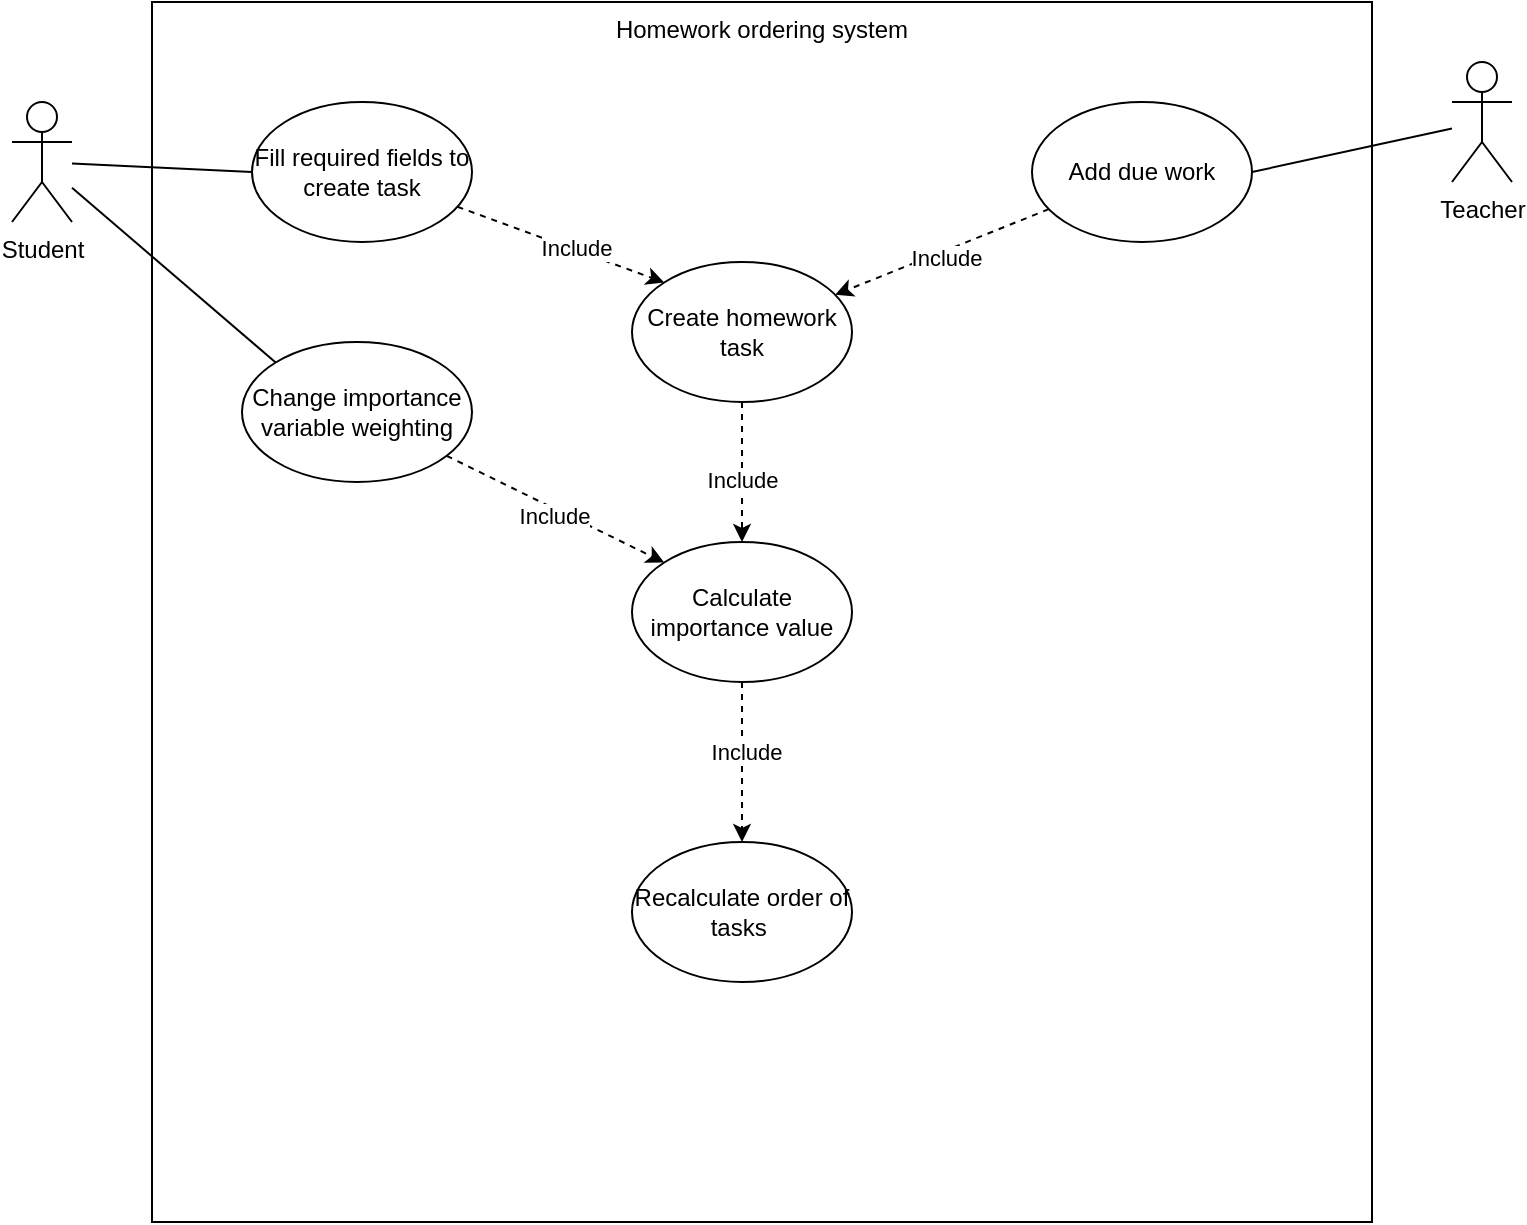
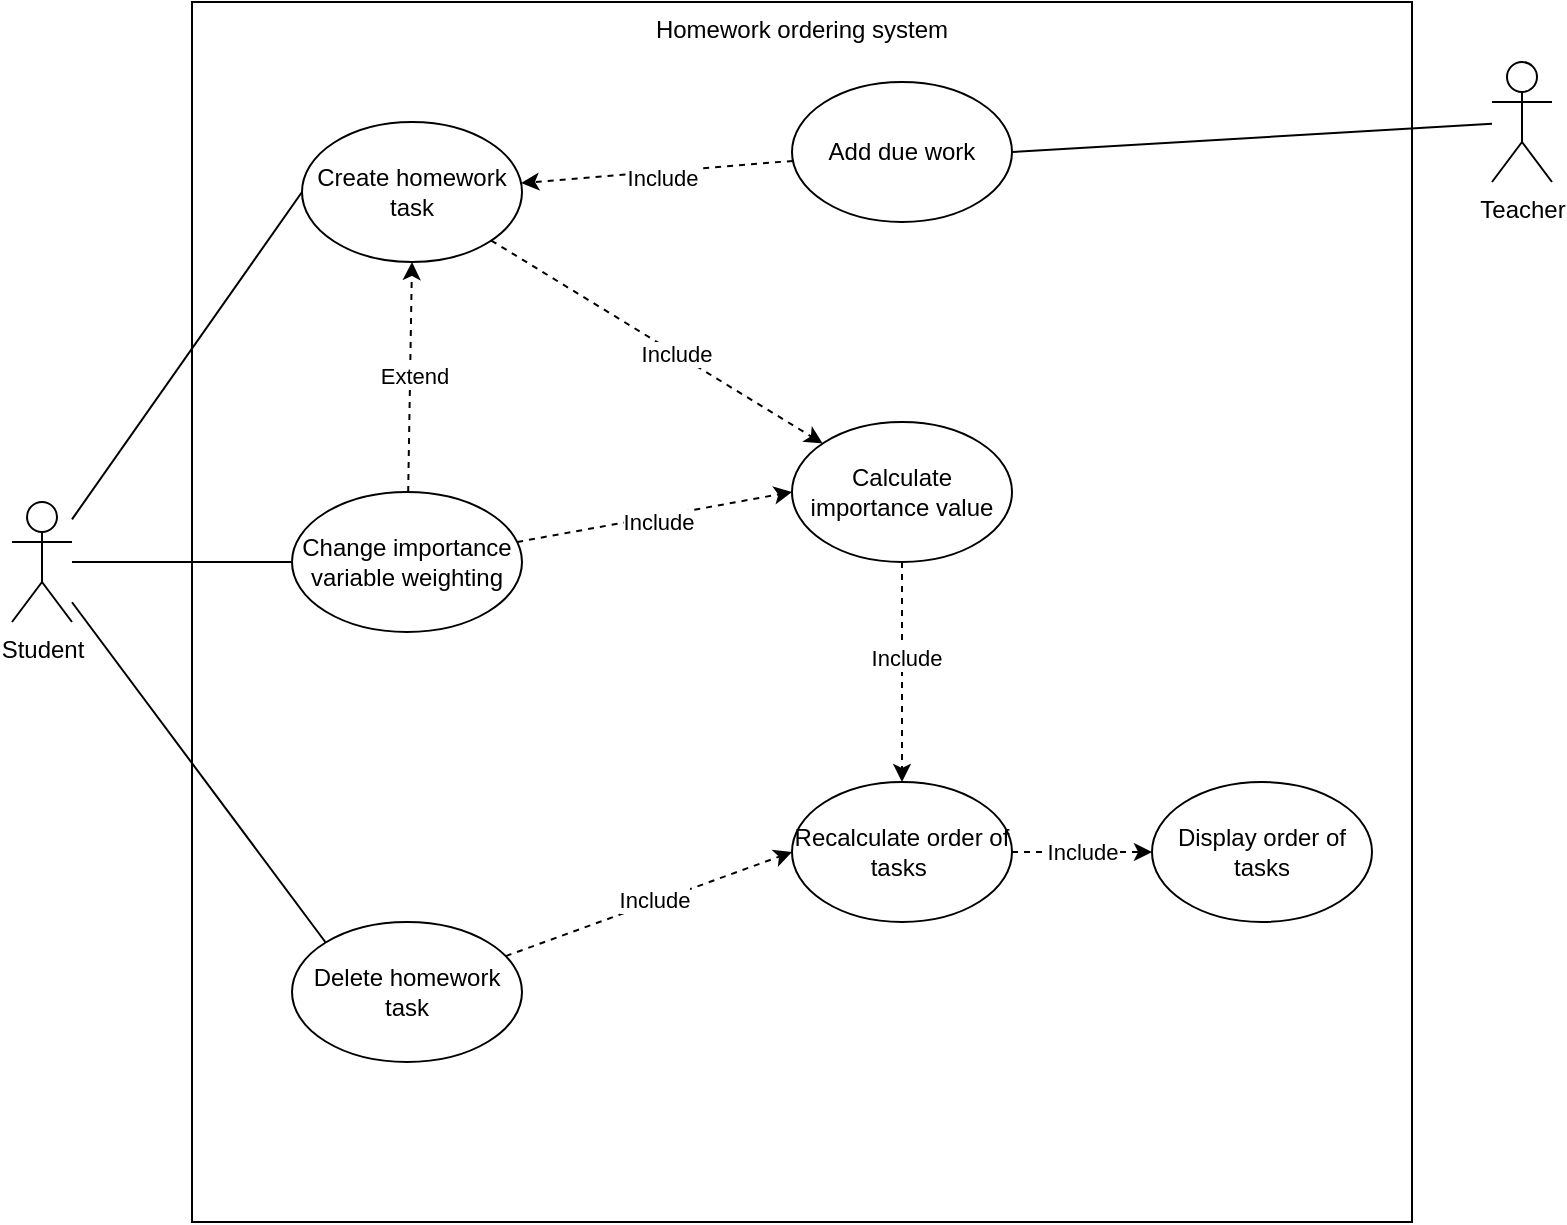
- <mxfile host="app.diagrams.net" agent="Mozilla/5.0 (Windows NT 10.0; Win64; x64) AppleWebKit/537.36 (KHTML, like Gecko) Chrome/147.0.0.0 Safari/537.36" version="29.3.8">
+ <mxfile host="app.diagrams.net" agent="Mozilla/5.0 (Windows NT 10.0; Win64; x64) AppleWebKit/537.36 (KHTML, like Gecko) Chrome/147.0.0.0 Safari/537.36">
  <diagram name="Page-1" id="ZcyXiCbd3epHD8B5bp2-">
-     <mxGraphModel dx="946" dy="657" grid="1" gridSize="10" guides="1" tooltips="1" connect="1" arrows="1" fold="1" page="1" pageScale="1" pageWidth="827" pageHeight="1169" math="0" shadow="0">
+     <mxGraphModel dx="934" dy="657" grid="1" gridSize="10" guides="1" tooltips="1" connect="1" arrows="1" fold="1" page="1" pageScale="1" pageWidth="827" pageHeight="1169" math="0" shadow="0">
      <root>
        <mxCell id="0" />
        <mxCell id="1" parent="0" />
        <mxCell id="G7WcPmlzqGxsM9-RYmIV-1" parent="1" style="aspect=fixed;labelPosition=center;verticalLabelPosition=middle;align=center;verticalAlign=top;html=1;whiteSpace=wrap;movable=1;resizable=1;rotatable=1;deletable=1;editable=1;locked=0;connectable=1;" value="Homework ordering system" vertex="1">
          <mxGeometry height="610" width="610" x="100" y="100" as="geometry" />
        </mxCell>
-         <mxCell id="jqSJIoKgP5xY_ZK5AzuU-10" edge="1" parent="1" source="G7WcPmlzqGxsM9-RYmIV-2" style="rounded=0;orthogonalLoop=1;jettySize=auto;html=1;entryX=0;entryY=0.5;entryDx=0;entryDy=0;endArrow=none;endFill=0;" target="jqSJIoKgP5xY_ZK5AzuU-7">
+         <mxCell id="jqSJIoKgP5xY_ZK5AzuU-10" edge="1" parent="1" source="G7WcPmlzqGxsM9-RYmIV-2" style="rounded=0;orthogonalLoop=1;jettySize=auto;html=1;entryX=0;entryY=0.5;entryDx=0;entryDy=0;endArrow=none;endFill=0;" target="jqSJIoKgP5xY_ZK5AzuU-4">
          <mxGeometry relative="1" as="geometry" />
        </mxCell>
-         <mxCell id="jqSJIoKgP5xY_ZK5AzuU-19" edge="1" parent="1" source="G7WcPmlzqGxsM9-RYmIV-2" style="rounded=0;orthogonalLoop=1;jettySize=auto;html=1;entryX=0;entryY=0;entryDx=0;entryDy=0;endArrow=none;endFill=0;" target="jqSJIoKgP5xY_ZK5AzuU-18">
+         <mxCell id="tDrKYoykQaESbITqznwy-8" edge="1" parent="1" source="G7WcPmlzqGxsM9-RYmIV-2" style="rounded=0;orthogonalLoop=1;jettySize=auto;html=1;entryX=0;entryY=0.5;entryDx=0;entryDy=0;endArrow=none;endFill=0;" target="jqSJIoKgP5xY_ZK5AzuU-18">
          <mxGeometry relative="1" as="geometry" />
        </mxCell>
        <mxCell id="G7WcPmlzqGxsM9-RYmIV-2" parent="1" style="shape=umlActor;verticalLabelPosition=bottom;verticalAlign=top;html=1;outlineConnect=0;" value="Student" vertex="1">
-           <mxGeometry height="60" width="30" x="30" y="150" as="geometry" />
+           <mxGeometry height="60" width="30" x="10" y="350" as="geometry" />
        </mxCell>
        <mxCell id="jqSJIoKgP5xY_ZK5AzuU-3" edge="1" parent="1" source="G7WcPmlzqGxsM9-RYmIV-7" style="rounded=0;orthogonalLoop=1;jettySize=auto;html=1;entryX=1;entryY=0.5;entryDx=0;entryDy=0;shape=wire;dashed=1;endArrow=none;endFill=0;" target="jqSJIoKgP5xY_ZK5AzuU-2">
          <mxGeometry relative="1" as="geometry" />
        </mxCell>
        <mxCell id="G7WcPmlzqGxsM9-RYmIV-7" parent="1" style="shape=umlActor;verticalLabelPosition=bottom;verticalAlign=top;html=1;outlineConnect=0;" value="Teacher" vertex="1">
          <mxGeometry height="60" width="30" x="750" y="130" as="geometry" />
        </mxCell>
        <mxCell id="jqSJIoKgP5xY_ZK5AzuU-5" edge="1" parent="1" source="jqSJIoKgP5xY_ZK5AzuU-2" style="rounded=0;orthogonalLoop=1;jettySize=auto;html=1;endArrow=classic;endFill=1;dashed=1;" target="jqSJIoKgP5xY_ZK5AzuU-4">
          <mxGeometry relative="1" as="geometry" />
        </mxCell>
        <mxCell id="jqSJIoKgP5xY_ZK5AzuU-6" connectable="0" parent="jqSJIoKgP5xY_ZK5AzuU-5" style="edgeLabel;html=1;align=center;verticalAlign=middle;resizable=0;points=[];" value="Include" vertex="1">
          <mxGeometry relative="1" x="-0.0218" y="3" as="geometry">
            <mxPoint as="offset" />
          </mxGeometry>
        </mxCell>
        <mxCell id="jqSJIoKgP5xY_ZK5AzuU-2" parent="1" style="ellipse;whiteSpace=wrap;html=1;" value="Add due work" vertex="1">
-           <mxGeometry height="70" width="110" x="540" y="150" as="geometry" />
+           <mxGeometry height="70" width="110" x="400" y="140" as="geometry" />
        </mxCell>
        <mxCell id="jqSJIoKgP5xY_ZK5AzuU-13" edge="1" parent="1" source="jqSJIoKgP5xY_ZK5AzuU-4" style="rounded=0;orthogonalLoop=1;jettySize=auto;html=1;dashed=1;endArrow=classic;endFill=1;" target="jqSJIoKgP5xY_ZK5AzuU-11">
          <mxGeometry relative="1" as="geometry" />
        </mxCell>
        <mxCell id="jqSJIoKgP5xY_ZK5AzuU-14" connectable="0" parent="jqSJIoKgP5xY_ZK5AzuU-13" style="edgeLabel;html=1;align=center;verticalAlign=middle;resizable=0;points=[];" value="Include" vertex="1">
          <mxGeometry relative="1" x="0.1143" as="geometry">
            <mxPoint as="offset" />
          </mxGeometry>
        </mxCell>
        <mxCell id="jqSJIoKgP5xY_ZK5AzuU-4" parent="1" style="ellipse;whiteSpace=wrap;html=1;" value="Create homework task" vertex="1">
-           <mxGeometry height="70" width="110" x="340" y="230" as="geometry" />
+           <mxGeometry height="70" width="110" x="155" y="160" as="geometry" />
        </mxCell>
-         <mxCell id="jqSJIoKgP5xY_ZK5AzuU-7" parent="1" style="ellipse;whiteSpace=wrap;html=1;" value="Fill required fields to create task" vertex="1">
-           <mxGeometry height="70" width="110" x="150" y="150" as="geometry" />
-         </mxCell>
-         <mxCell id="jqSJIoKgP5xY_ZK5AzuU-8" edge="1" parent="1" source="jqSJIoKgP5xY_ZK5AzuU-7" style="rounded=0;orthogonalLoop=1;jettySize=auto;html=1;dashed=1;endArrow=classic;endFill=1;entryX=0;entryY=0;entryDx=0;entryDy=0;" target="jqSJIoKgP5xY_ZK5AzuU-4">
-           <mxGeometry relative="1" as="geometry" />
-         </mxCell>
-         <mxCell id="jqSJIoKgP5xY_ZK5AzuU-9" connectable="0" parent="jqSJIoKgP5xY_ZK5AzuU-8" style="edgeLabel;html=1;align=center;verticalAlign=middle;resizable=0;points=[];" value="Include" vertex="1">
-           <mxGeometry relative="1" x="0.1053" y="1" as="geometry">
-             <mxPoint x="1" as="offset" />
-           </mxGeometry>
-         </mxCell>
-         <mxCell id="jqSJIoKgP5xY_ZK5AzuU-16" edge="1" parent="1" source="jqSJIoKgP5xY_ZK5AzuU-11" style="edgeStyle=orthogonalEdgeStyle;rounded=0;orthogonalLoop=1;jettySize=auto;html=1;dashed=1;" target="jqSJIoKgP5xY_ZK5AzuU-15" value="">
+         <mxCell id="jqSJIoKgP5xY_ZK5AzuU-16" edge="1" parent="1" source="jqSJIoKgP5xY_ZK5AzuU-11" style="rounded=0;orthogonalLoop=1;jettySize=auto;html=1;dashed=1;" target="jqSJIoKgP5xY_ZK5AzuU-15" value="">
          <mxGeometry relative="1" as="geometry" />
        </mxCell>
        <mxCell id="jqSJIoKgP5xY_ZK5AzuU-17" connectable="0" parent="jqSJIoKgP5xY_ZK5AzuU-16" style="edgeLabel;html=1;align=center;verticalAlign=middle;resizable=0;points=[];" value="Include" vertex="1">
          <mxGeometry relative="1" x="-0.125" y="2" as="geometry">
            <mxPoint as="offset" />
          </mxGeometry>
        </mxCell>
        <mxCell id="jqSJIoKgP5xY_ZK5AzuU-11" parent="1" style="ellipse;whiteSpace=wrap;html=1;" value="Calculate importance value" vertex="1">
-           <mxGeometry height="70" width="110" x="340" y="370" as="geometry" />
+           <mxGeometry height="70" width="110" x="400" y="310" as="geometry" />
+         </mxCell>
+         <mxCell id="tDrKYoykQaESbITqznwy-10" edge="1" parent="1" source="jqSJIoKgP5xY_ZK5AzuU-15" style="rounded=0;orthogonalLoop=1;jettySize=auto;html=1;entryX=0;entryY=0.5;entryDx=0;entryDy=0;startArrow=none;startFill=0;endArrow=classic;endFill=1;dashed=1;" target="tDrKYoykQaESbITqznwy-9" value="Include">
+           <mxGeometry relative="1" as="geometry" />
        </mxCell>
        <mxCell id="jqSJIoKgP5xY_ZK5AzuU-15" parent="1" style="ellipse;whiteSpace=wrap;html=1;" value="Recalculate order of tasks&amp;nbsp;" vertex="1">
-           <mxGeometry height="70" width="110" x="340" y="520" as="geometry" />
+           <mxGeometry height="70" width="110" x="400" y="490" as="geometry" />
        </mxCell>
-         <mxCell id="jqSJIoKgP5xY_ZK5AzuU-20" edge="1" parent="1" source="jqSJIoKgP5xY_ZK5AzuU-18" style="rounded=0;orthogonalLoop=1;jettySize=auto;html=1;entryX=0;entryY=0;entryDx=0;entryDy=0;dashed=1;" target="jqSJIoKgP5xY_ZK5AzuU-11">
+         <mxCell id="jqSJIoKgP5xY_ZK5AzuU-20" edge="1" parent="1" source="jqSJIoKgP5xY_ZK5AzuU-18" style="rounded=0;orthogonalLoop=1;jettySize=auto;html=1;entryX=0;entryY=0.5;entryDx=0;entryDy=0;dashed=1;" target="jqSJIoKgP5xY_ZK5AzuU-11">
          <mxGeometry relative="1" as="geometry" />
        </mxCell>
        <mxCell id="jqSJIoKgP5xY_ZK5AzuU-21" connectable="0" parent="jqSJIoKgP5xY_ZK5AzuU-20" style="edgeLabel;html=1;align=center;verticalAlign=middle;resizable=0;points=[];" value="Include" vertex="1">
          <mxGeometry relative="1" x="0.0328" y="-3" as="geometry">
            <mxPoint x="-1" as="offset" />
          </mxGeometry>
        </mxCell>
+         <mxCell id="tDrKYoykQaESbITqznwy-6" edge="1" parent="1" source="jqSJIoKgP5xY_ZK5AzuU-18" style="rounded=0;orthogonalLoop=1;jettySize=auto;html=1;entryX=0.5;entryY=1;entryDx=0;entryDy=0;dashed=1;" target="jqSJIoKgP5xY_ZK5AzuU-4">
+           <mxGeometry relative="1" as="geometry" />
+         </mxCell>
+         <mxCell id="tDrKYoykQaESbITqznwy-7" connectable="0" parent="tDrKYoykQaESbITqznwy-6" style="edgeLabel;html=1;align=center;verticalAlign=middle;resizable=0;points=[];" value="Extend" vertex="1">
+           <mxGeometry relative="1" x="0.008" y="-2" as="geometry">
+             <mxPoint as="offset" />
+           </mxGeometry>
+         </mxCell>
        <mxCell id="jqSJIoKgP5xY_ZK5AzuU-18" parent="1" style="ellipse;whiteSpace=wrap;html=1;" value="Change importance variable weighting" vertex="1">
-           <mxGeometry height="70" width="115" x="145" y="270" as="geometry" />
+           <mxGeometry height="70" width="115" x="150" y="345" as="geometry" />
+         </mxCell>
+         <mxCell id="tDrKYoykQaESbITqznwy-2" parent="1" style="ellipse;whiteSpace=wrap;html=1;" value="Delete homework task" vertex="1">
+           <mxGeometry height="70" width="115" x="150" y="560" as="geometry" />
+         </mxCell>
+         <mxCell id="tDrKYoykQaESbITqznwy-3" edge="1" parent="1" source="G7WcPmlzqGxsM9-RYmIV-2" style="rounded=0;orthogonalLoop=1;jettySize=auto;html=1;endArrow=none;endFill=0;entryX=0;entryY=0;entryDx=0;entryDy=0;" target="tDrKYoykQaESbITqznwy-2">
+           <mxGeometry relative="1" as="geometry">
+             <mxPoint x="174" y="430" as="targetPoint" />
+           </mxGeometry>
+         </mxCell>
+         <mxCell id="tDrKYoykQaESbITqznwy-4" edge="1" parent="1" source="tDrKYoykQaESbITqznwy-2" style="rounded=0;orthogonalLoop=1;jettySize=auto;html=1;entryX=0;entryY=0.5;entryDx=0;entryDy=0;endArrow=classic;endFill=1;dashed=1;" target="jqSJIoKgP5xY_ZK5AzuU-15">
+           <mxGeometry relative="1" as="geometry" />
+         </mxCell>
+         <mxCell id="tDrKYoykQaESbITqznwy-5" connectable="0" parent="tDrKYoykQaESbITqznwy-4" style="edgeLabel;html=1;align=center;verticalAlign=middle;resizable=0;points=[];" value="Include" vertex="1">
+           <mxGeometry relative="1" x="0.0436" y="1" as="geometry">
+             <mxPoint as="offset" />
+           </mxGeometry>
+         </mxCell>
+         <mxCell id="tDrKYoykQaESbITqznwy-9" parent="1" style="ellipse;whiteSpace=wrap;html=1;" value="Display order of tasks" vertex="1">
+           <mxGeometry height="70" width="110" x="580" y="490" as="geometry" />
        </mxCell>
      </root>
    </mxGraphModel>
  </diagram>
</mxfile>
